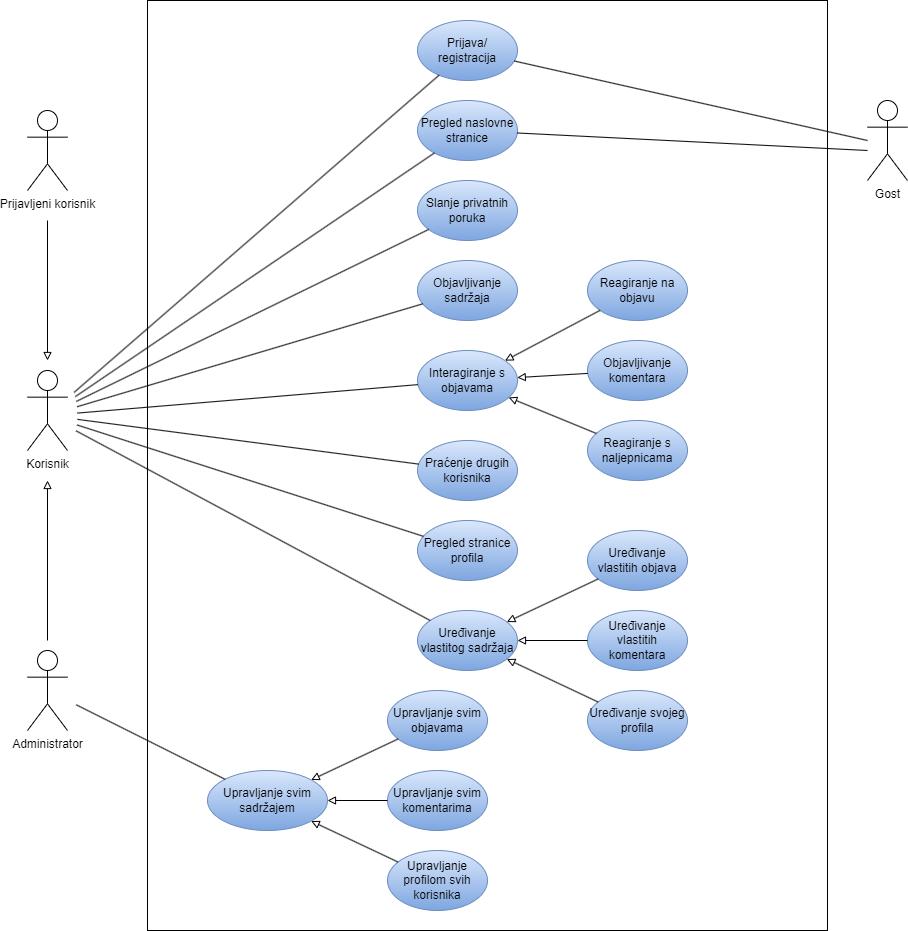
Karl255/tvz-piuos-iks keeps this draw.io diagram as Dokumentacija/Use case dijagram.png. Above is the earlier version. Source tidied: cells renumbered, new cells last; positions are measured from the earlier drawing's top-left corner, leaving out a move shared by most shapes.
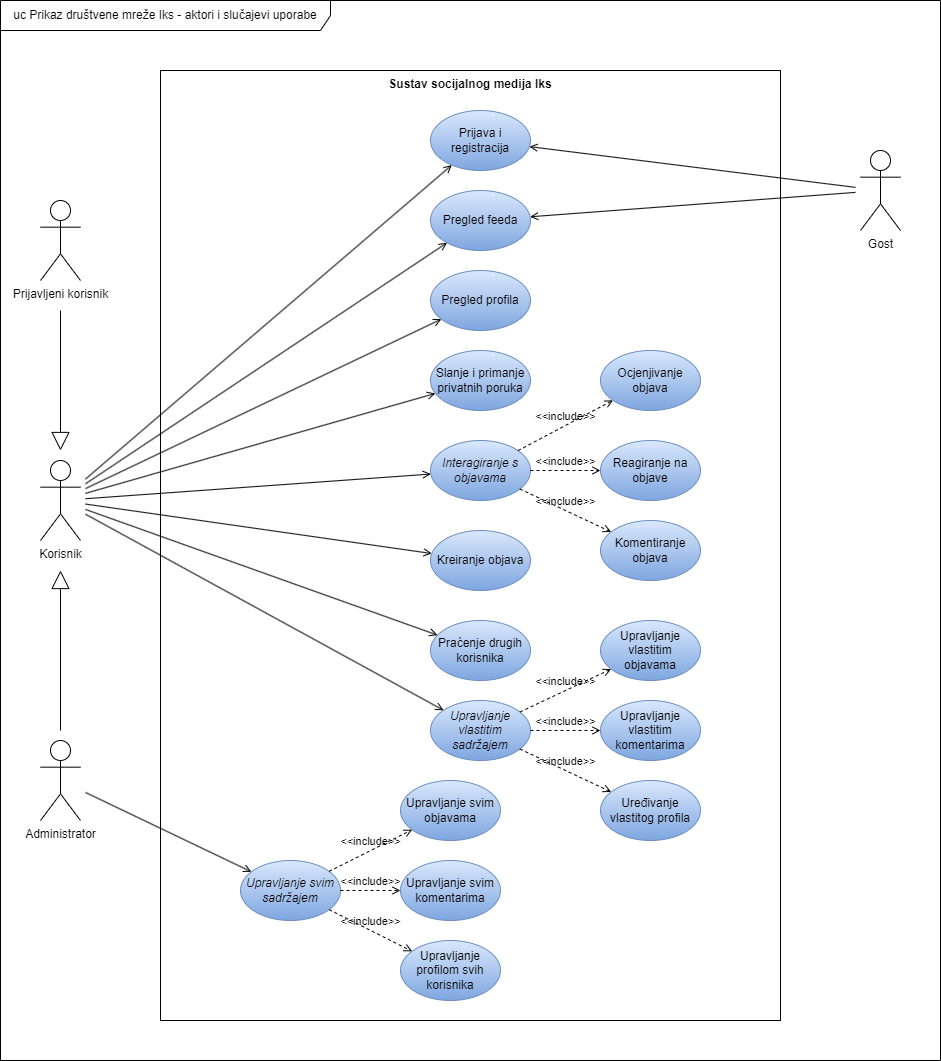
After the commit.

Commit message:
Fix use case diajagram

What changed in the source:
```diff
@@ -2,50 +2,50 @@
   <root>
     <mxCell id="0" />
     <mxCell id="1" parent="0" />
+    <mxCell id="49" value="Sustav socijalnog medija Iks" style="shape=rect;html=1;verticalAlign=top;fontStyle=1;whiteSpace=wrap;align=center;" parent="1" vertex="1">
+      <mxGeometry x="130" y="-20" width="620" height="950" as="geometry" />
+    </mxCell>
-    <mxCell id="2" value="Prijavljeni korisnik" style="shape=umlActor;verticalLabelPosition=bottom;verticalAlign=top;html=1;" parent="1" vertex="1">
+    <mxCell id="2" value="Prijavljeni korisnik" style="shape=umlActor;verticalLabelPosition=bottom;verticalAlign=top;html=1;perimeterSpacing=5;" parent="1" vertex="1">
       <mxGeometry x="10" y="110" width="40" height="80" as="geometry" />
     </mxCell>
-    <mxCell id="3" value="Administrator" style="shape=umlActor;verticalLabelPosition=bottom;verticalAlign=top;html=1;" parent="1" vertex="1">
+    <mxCell id="3" value="Administrator" style="shape=umlActor;verticalLabelPosition=bottom;verticalAlign=top;html=1;perimeterSpacing=5;" parent="1" vertex="1">
       <mxGeometry x="10" y="650" width="40" height="80" as="geometry" />
     </mxCell>
-    <mxCell id="4" value="Korisnik" style="shape=umlActor;verticalLabelPosition=bottom;verticalAlign=top;html=1;" parent="1" vertex="1">
+    <mxCell id="4" value="Korisnik" style="shape=umlActor;verticalLabelPosition=bottom;verticalAlign=top;html=1;spacing=2;spacingRight=0;perimeterSpacing=5;" parent="1" vertex="1">
       <mxGeometry x="10" y="370" width="40" height="80" as="geometry" />
     </mxCell>
-    <mxCell id="5" value="Gost" style="shape=umlActor;verticalLabelPosition=bottom;verticalAlign=top;html=1;" parent="1" vertex="1">
-      <mxGeometry x="850" y="100" width="40" height="80" as="geometry" />
+    <mxCell id="5" value="Gost" style="shape=umlActor;verticalLabelPosition=bottom;verticalAlign=top;html=1;perimeterSpacing=5;" parent="1" vertex="1">
+      <mxGeometry x="830" y="60" width="40" height="80" as="geometry" />
     </mxCell>
-    <mxCell id="6" style="rounded=0;whiteSpace=wrap;html=1;fillColor=none;glass=0;shadow=0;perimeterSpacing=0;strokeWidth=1;strokeColor=default;" parent="1" vertex="1">
-      <mxGeometry x="130" width="680" height="930" as="geometry" />
-    </mxCell>
-    <mxCell id="7" value="Prijava/ registracija" style="ellipse;whiteSpace=wrap;html=1;fillColor=#dae8fc;gradientColor=#7ea6e0;strokeColor=#6c8ebf;" parent="1" vertex="1">
+    <mxCell id="7" value="Prijava i registracija" style="ellipse;whiteSpace=wrap;html=1;fillColor=#dae8fc;gradientColor=#7ea6e0;strokeColor=#6c8ebf;" parent="1" vertex="1">
       <mxGeometry x="400" y="20" width="100" height="60" as="geometry" />
     </mxCell>
-    <mxCell id="8" value="Pregled naslovne stranice" style="ellipse;whiteSpace=wrap;html=1;fillColor=#dae8fc;gradientColor=#7ea6e0;strokeColor=#6c8ebf;" parent="1" vertex="1">
+    <mxCell id="8" value="Pregled feeda" style="ellipse;whiteSpace=wrap;html=1;fillColor=#dae8fc;gradientColor=#7ea6e0;strokeColor=#6c8ebf;" parent="1" vertex="1">
       <mxGeometry x="400" y="100" width="100" height="60" as="geometry" />
     </mxCell>
-    <mxCell id="9" value="Pregled stranice profila" style="ellipse;whiteSpace=wrap;html=1;fillColor=#dae8fc;gradientColor=#7ea6e0;strokeColor=#6c8ebf;" parent="1" vertex="1">
-      <mxGeometry x="400" y="520" width="100" height="60" as="geometry" />
+    <mxCell id="9" value="Pregled profila" style="ellipse;whiteSpace=wrap;html=1;fillColor=#dae8fc;gradientColor=#7ea6e0;strokeColor=#6c8ebf;" parent="1" vertex="1">
+      <mxGeometry x="400" y="180" width="100" height="60" as="geometry" />
     </mxCell>
-    <mxCell id="10" value="Slanje privatnih poruka" style="ellipse;whiteSpace=wrap;html=1;fillColor=#dae8fc;gradientColor=#7ea6e0;strokeColor=#6c8ebf;" parent="1" vertex="1">
-      <mxGeometry x="400" y="180" width="100" height="60" as="geometry" />
+    <mxCell id="10" value="Slanje i primanje privatnih poruka" style="ellipse;whiteSpace=wrap;html=1;fillColor=#dae8fc;gradientColor=#7ea6e0;strokeColor=#6c8ebf;" parent="1" vertex="1">
+      <mxGeometry x="400" y="260" width="100" height="60" as="geometry" />
     </mxCell>
-    <mxCell id="11" value="Objavljivanje sadržaja" style="ellipse;whiteSpace=wrap;html=1;fillColor=#dae8fc;gradientColor=#7ea6e0;strokeColor=#6c8ebf;" parent="1" vertex="1">
-      <mxGeometry x="400" y="260" width="100" height="60" as="geometry" />
+    <mxCell id="11" value="Kreiranje objava" style="ellipse;whiteSpace=wrap;html=1;fillColor=#dae8fc;gradientColor=#7ea6e0;strokeColor=#6c8ebf;" parent="1" vertex="1">
+      <mxGeometry x="400" y="440" width="100" height="60" as="geometry" />
     </mxCell>
     <mxCell id="12" value="Praćenje drugih korisnika" style="ellipse;whiteSpace=wrap;html=1;fillColor=#dae8fc;gradientColor=#7ea6e0;strokeColor=#6c8ebf;" parent="1" vertex="1">
-      <mxGeometry x="400" y="440" width="100" height="60" as="geometry" />
+      <mxGeometry x="400" y="530" width="100" height="60" as="geometry" />
     </mxCell>
-    <mxCell id="13" value="Reagiranje na objavu" style="ellipse;whiteSpace=wrap;html=1;fillColor=#dae8fc;gradientColor=#7ea6e0;strokeColor=#6c8ebf;" parent="1" vertex="1">
+    <mxCell id="13" value="Ocjenjivanje objava" style="ellipse;whiteSpace=wrap;html=1;fillColor=#dae8fc;gradientColor=#7ea6e0;strokeColor=#6c8ebf;" parent="1" vertex="1">
       <mxGeometry x="570" y="260" width="100" height="60" as="geometry" />
     </mxCell>
-    <mxCell id="14" value="Objavljivanje komentara" style="ellipse;whiteSpace=wrap;html=1;fillColor=#dae8fc;gradientColor=#7ea6e0;strokeColor=#6c8ebf;" parent="1" vertex="1">
-      <mxGeometry x="570" y="340" width="100" height="60" as="geometry" />
+    <mxCell id="14" value="Komentiranje objava" style="ellipse;whiteSpace=wrap;html=1;fillColor=#dae8fc;gradientColor=#7ea6e0;strokeColor=#6c8ebf;" parent="1" vertex="1">
+      <mxGeometry x="570" y="430" width="100" height="60" as="geometry" />
     </mxCell>
     <mxCell id="15" value="Upravljanje profilom svih korisnika" style="ellipse;whiteSpace=wrap;html=1;fillColor=#dae8fc;gradientColor=#7ea6e0;strokeColor=#6c8ebf;" parent="1" vertex="1">
       <mxGeometry x="370" y="850" width="100" height="60" as="geometry" />
     </mxCell>
-    <mxCell id="16" value="Reagiranje s naljepnicama" style="ellipse;whiteSpace=wrap;html=1;fillColor=#dae8fc;gradientColor=#7ea6e0;strokeColor=#6c8ebf;" parent="1" vertex="1">
-      <mxGeometry x="570" y="420" width="100" height="60" as="geometry" />
+    <mxCell id="16" value="Reagiranje na objave" style="ellipse;whiteSpace=wrap;html=1;fillColor=#dae8fc;gradientColor=#7ea6e0;strokeColor=#6c8ebf;" parent="1" vertex="1">
+      <mxGeometry x="570" y="350" width="100" height="60" as="geometry" />
     </mxCell>
     <mxCell id="17" value="Upravljanje svim objavama" style="ellipse;whiteSpace=wrap;html=1;fillColor=#dae8fc;gradientColor=#7ea6e0;strokeColor=#6c8ebf;" parent="1" vertex="1">
       <mxGeometry x="370" y="690" width="100" height="60" as="geometry" />
@@ -53,105 +53,98 @@
     <mxCell id="18" value="Upravljanje svim komentarima" style="ellipse;whiteSpace=wrap;html=1;fillColor=#dae8fc;gradientColor=#7ea6e0;strokeColor=#6c8ebf;" parent="1" vertex="1">
       <mxGeometry x="370" y="770" width="100" height="60" as="geometry" />
     </mxCell>
-    <mxCell id="19" value="Uređivanje vlastitih objava" style="ellipse;whiteSpace=wrap;html=1;fillColor=#dae8fc;gradientColor=#7ea6e0;strokeColor=#6c8ebf;" parent="1" vertex="1">
+    <mxCell id="19" value="Upravljanje vlastitim objavama" style="ellipse;whiteSpace=wrap;html=1;fillColor=#dae8fc;gradientColor=#7ea6e0;strokeColor=#6c8ebf;" parent="1" vertex="1">
       <mxGeometry x="570" y="530" width="100" height="60" as="geometry" />
     </mxCell>
-    <mxCell id="20" value="Uređivanje vlastitih komentara" style="ellipse;whiteSpace=wrap;html=1;fillColor=#dae8fc;gradientColor=#7ea6e0;strokeColor=#6c8ebf;" parent="1" vertex="1">
+    <mxCell id="20" value="Upravljanje vlastitim komentarima" style="ellipse;whiteSpace=wrap;html=1;fillColor=#dae8fc;gradientColor=#7ea6e0;strokeColor=#6c8ebf;" parent="1" vertex="1">
       <mxGeometry x="570" y="610" width="100" height="60" as="geometry" />
     </mxCell>
-    <mxCell id="21" value="Uređivanje svojeg profila" style="ellipse;whiteSpace=wrap;html=1;fillColor=#dae8fc;gradientColor=#7ea6e0;strokeColor=#6c8ebf;" parent="1" vertex="1">
+    <mxCell id="21" value="Uređivanje vlastitog profila" style="ellipse;whiteSpace=wrap;html=1;fillColor=#dae8fc;gradientColor=#7ea6e0;strokeColor=#6c8ebf;" parent="1" vertex="1">
       <mxGeometry x="570" y="690" width="100" height="60" as="geometry" />
     </mxCell>
-    <mxCell id="22" style="endArrow=block;html=1;rounded=0;endFill=0;" parent="1" edge="1">
-      <mxGeometry relative="1" as="geometry">
-        <mxPoint x="30" y="220" as="sourcePoint" />
-        <mxPoint x="30" y="360" as="targetPoint" />
-      </mxGeometry>
-    </mxCell>
-    <mxCell id="23" style="endArrow=block;html=1;rounded=0;endFill=0;" parent="1" edge="1">
-      <mxGeometry relative="1" as="geometry">
-        <mxPoint x="30" y="640" as="sourcePoint" />
-        <mxPoint x="30" y="480" as="targetPoint" />
-      </mxGeometry>
-    </mxCell>
-    <mxCell id="24" style="endArrow=none;html=1;rounded=0;" parent="1" edge="1" source="7">
-      <mxGeometry relative="1" as="geometry">
-        <mxPoint x="850" y="140" as="targetPoint" />
-      </mxGeometry>
-    </mxCell>
-    <mxCell id="25" style="endArrow=none;html=1;rounded=0;" parent="1" edge="1" source="8">
-      <mxGeometry relative="1" as="geometry">
-        <mxPoint x="850" y="150" as="targetPoint" />
-      </mxGeometry>
-    </mxCell>
-    <mxCell id="26" value="Uređivanje vlastitog sadržaja" style="ellipse;whiteSpace=wrap;html=1;fillColor=#dae8fc;gradientColor=#7ea6e0;strokeColor=#6c8ebf;" parent="1" vertex="1">
+    <mxCell id="26" value="Upravljanje vlastitim sadržajem" style="ellipse;whiteSpace=wrap;html=1;fillColor=#dae8fc;gradientColor=#7ea6e0;strokeColor=#6c8ebf;fontStyle=2;" parent="1" vertex="1">
       <mxGeometry x="400" y="610" width="100" height="60" as="geometry" />
     </mxCell>
-    <mxCell id="27" style="endArrow=block;html=1;rounded=0;endFill=0;" parent="1" edge="1" source="19" target="26">
-      <mxGeometry relative="1" as="geometry" />
-    </mxCell>
-    <mxCell id="28" style="endArrow=block;html=1;rounded=0;endFill=0;" parent="1" edge="1" source="20" target="26">
-      <mxGeometry relative="1" as="geometry" />
-    </mxCell>
-    <mxCell id="29" style="endArrow=block;html=1;rounded=0;endFill=0;" parent="1" edge="1" source="21" target="26">
-      <mxGeometry relative="1" as="geometry" />
-    </mxCell>
-    <mxCell id="30" value="Upravljanje svim sadržajem" style="ellipse;whiteSpace=wrap;html=1;fillColor=#dae8fc;gradientColor=#7ea6e0;strokeColor=#6c8ebf;" parent="1" vertex="1">
-      <mxGeometry x="190" y="770" width="120" height="60" as="geometry" />
+    <mxCell id="30" value="Upravljanje svim sadržajem" style="ellipse;whiteSpace=wrap;html=1;fillColor=#dae8fc;gradientColor=#7ea6e0;strokeColor=#6c8ebf;fontStyle=2;" parent="1" vertex="1">
+      <mxGeometry x="210" y="770" width="100" height="60" as="geometry" />
     </mxCell>
-    <mxCell id="31" style="endArrow=block;html=1;rounded=0;endFill=0;" parent="1" edge="1" source="17" target="30">
-      <mxGeometry relative="1" as="geometry" />
-    </mxCell>
-    <mxCell id="32" style="endArrow=block;html=1;rounded=0;endFill=0;" parent="1" edge="1" source="18" target="30">
-      <mxGeometry relative="1" as="geometry" />
-    </mxCell>
-    <mxCell id="33" style="endArrow=block;html=1;rounded=0;endFill=0;" parent="1" edge="1" source="15" target="30">
-      <mxGeometry relative="1" as="geometry" />
-    </mxCell>
-    <mxCell id="34" value="Interagiranje s objavama" style="ellipse;whiteSpace=wrap;html=1;fillColor=#dae8fc;gradientColor=#7ea6e0;strokeColor=#6c8ebf;" parent="1" vertex="1">
+    <mxCell id="34" value="Interagiranje s objavama" style="ellipse;whiteSpace=wrap;html=1;fillColor=#dae8fc;gradientColor=#7ea6e0;strokeColor=#6c8ebf;fontStyle=2;" parent="1" vertex="1">
       <mxGeometry x="400" y="350" width="100" height="60" as="geometry" />
     </mxCell>
-    <mxCell id="35" style="endArrow=block;html=1;rounded=0;endFill=0;" parent="1" edge="1" source="13" target="34">
-      <mxGeometry relative="1" as="geometry" />
-    </mxCell>
-    <mxCell id="36" style="endArrow=block;html=1;rounded=0;endFill=0;" parent="1" edge="1" source="14" target="34">
-      <mxGeometry relative="1" as="geometry" />
-    </mxCell>
-    <mxCell id="37" style="endArrow=block;html=1;rounded=0;endFill=0;" parent="1" edge="1" source="16" target="34">
-      <mxGeometry relative="1" as="geometry" />
-    </mxCell>
-    <mxCell id="38" style="endArrow=none;html=1;sourcePerimeterSpacing=0;startSize=6;jumpStyle=none;rounded=0;jumpSize=6;" parent="1" edge="1" source="39" target="10">
-      <mxGeometry relative="1" as="geometry" />
-    </mxCell>
-    <mxCell id="39" style="ellipse;whiteSpace=wrap;html=1;fillColor=none;strokeColor=none;" parent="1" vertex="1">
-      <mxGeometry y="365" width="60" height="100" as="geometry" />
-    </mxCell>
-    <mxCell id="40" style="endArrow=none;html=1;sourcePerimeterSpacing=0;startSize=6;jumpStyle=none;rounded=0;jumpSize=6;" parent="1" edge="1" source="39" target="11">
-      <mxGeometry relative="1" as="geometry" />
-    </mxCell>
-    <mxCell id="41" style="endArrow=none;html=1;sourcePerimeterSpacing=0;startSize=6;jumpStyle=none;rounded=0;jumpSize=6;" parent="1" edge="1" source="39" target="12">
-      <mxGeometry relative="1" as="geometry" />
-    </mxCell>
-    <mxCell id="42" style="endArrow=none;html=1;sourcePerimeterSpacing=0;startSize=6;jumpStyle=none;rounded=0;jumpSize=6;" parent="1" edge="1" source="39" target="9">
-      <mxGeometry relative="1" as="geometry" />
-    </mxCell>
-    <mxCell id="43" style="endArrow=none;html=1;sourcePerimeterSpacing=0;startSize=6;jumpStyle=none;rounded=0;jumpSize=6;" parent="1" edge="1" source="39" target="34">
-      <mxGeometry relative="1" as="geometry" />
-    </mxCell>
-    <mxCell id="44" style="endArrow=none;html=1;sourcePerimeterSpacing=0;startSize=6;jumpStyle=none;rounded=0;jumpSize=6;" parent="1" edge="1" source="39" target="26">
-      <mxGeometry relative="1" as="geometry" />
-    </mxCell>
-    <mxCell id="45" style="endArrow=none;html=1;sourcePerimeterSpacing=0;startSize=6;jumpStyle=none;rounded=0;jumpSize=6;" parent="1" edge="1" source="46" target="30">
-      <mxGeometry relative="1" as="geometry" />
-    </mxCell>
-    <mxCell id="46" style="ellipse;whiteSpace=wrap;html=1;fillColor=none;strokeColor=none;" parent="1" vertex="1">
-      <mxGeometry y="640" width="60" height="100" as="geometry" />
-    </mxCell>
-    <mxCell id="47" style="endArrow=none;html=1;rounded=0;" parent="1" edge="1" source="7" target="39">
-      <mxGeometry relative="1" as="geometry" />
-    </mxCell>
-    <mxCell id="48" style="endArrow=none;html=1;rounded=0;" parent="1" edge="1" source="8" target="39">
-      <mxGeometry relative="1" as="geometry" />
-    </mxCell>
+    <mxCell id="50" value="uc Prikaz društvene mreže Iks - aktori i slučajevi uporabe" style="shape=umlFrame;whiteSpace=wrap;html=1;width=330;height=30;" parent="1" vertex="1">
+      <mxGeometry x="-30" y="-90" width="940" height="1060" as="geometry" />
+    </mxCell>
+    <mxCell id="51" style="endArrow=open;endFill=1;endSize=6;html=1;rounded=0;startSize=8;" parent="1" edge="1" source="4" target="7">
+      <mxGeometry relative="1" as="geometry" />
+    </mxCell>
+    <mxCell id="52" style="endArrow=open;endFill=1;endSize=6;html=1;rounded=0;startSize=8;" parent="1" edge="1" source="4" target="8">
+      <mxGeometry relative="1" as="geometry" />
+    </mxCell>
+    <mxCell id="53" style="endArrow=open;endFill=1;endSize=6;html=1;rounded=0;startSize=8;" parent="1" edge="1" source="4" target="10">
+      <mxGeometry relative="1" as="geometry" />
+    </mxCell>
+    <mxCell id="54" style="endArrow=open;endFill=1;endSize=6;html=1;rounded=0;startSize=8;" parent="1" edge="1" source="4" target="11">
+      <mxGeometry relative="1" as="geometry" />
+    </mxCell>
+    <mxCell id="55" style="endArrow=open;endFill=1;endSize=6;html=1;rounded=0;startSize=8;" parent="1" edge="1" source="4" target="34">
+      <mxGeometry relative="1" as="geometry" />
+    </mxCell>
+    <mxCell id="56" style="endArrow=open;endFill=1;endSize=6;html=1;rounded=0;startSize=8;" parent="1" edge="1" source="4" target="12">
+      <mxGeometry relative="1" as="geometry" />
+    </mxCell>
+    <mxCell id="57" style="endArrow=open;endFill=1;endSize=6;html=1;rounded=0;startSize=8;" parent="1" edge="1" source="4" target="9">
+      <mxGeometry relative="1" as="geometry" />
+    </mxCell>
+    <mxCell id="58" style="endArrow=open;endFill=1;endSize=6;html=1;rounded=0;startSize=8;" parent="1" edge="1" source="4" target="26">
+      <mxGeometry relative="1" as="geometry" />
+    </mxCell>
+    <mxCell id="59" value="&amp;lt;&amp;lt;include&amp;gt;&amp;gt;" style="html=1;verticalAlign=bottom;labelBackgroundColor=none;endArrow=open;endFill=0;dashed=1;rounded=0;" parent="1" edge="1" source="34" target="16">
+      <mxGeometry relative="1" as="geometry" />
+    </mxCell>
+    <mxCell id="60" value="&amp;lt;&amp;lt;include&amp;gt;&amp;gt;" style="html=1;verticalAlign=bottom;labelBackgroundColor=none;endArrow=open;endFill=0;dashed=1;rounded=0;" parent="1" edge="1" source="34" target="14">
+      <mxGeometry relative="1" as="geometry" />
+    </mxCell>
+    <mxCell id="61" value="&amp;lt;&amp;lt;include&amp;gt;&amp;gt;" style="html=1;verticalAlign=bottom;labelBackgroundColor=none;endArrow=open;endFill=0;dashed=1;rounded=0;" parent="1" edge="1" source="34" target="13">
+      <mxGeometry relative="1" as="geometry" />
+    </mxCell>
+    <mxCell id="62" value="&amp;lt;&amp;lt;include&amp;gt;&amp;gt;" style="html=1;verticalAlign=bottom;labelBackgroundColor=none;endArrow=open;endFill=0;dashed=1;rounded=0;" parent="1" edge="1" source="26" target="19">
+      <mxGeometry relative="1" as="geometry" />
+    </mxCell>
+    <mxCell id="63" value="&amp;lt;&amp;lt;include&amp;gt;&amp;gt;" style="html=1;verticalAlign=bottom;labelBackgroundColor=none;endArrow=open;endFill=0;dashed=1;rounded=0;" parent="1" edge="1" source="26" target="20">
+      <mxGeometry relative="1" as="geometry" />
+    </mxCell>
+    <mxCell id="64" value="&amp;lt;&amp;lt;include&amp;gt;&amp;gt;" style="html=1;verticalAlign=bottom;labelBackgroundColor=none;endArrow=open;endFill=0;dashed=1;rounded=0;" parent="1" edge="1" source="26" target="21">
+      <mxGeometry relative="1" as="geometry" />
+    </mxCell>
+    <mxCell id="65" value="&amp;lt;&amp;lt;include&amp;gt;&amp;gt;" style="html=1;verticalAlign=bottom;labelBackgroundColor=none;endArrow=open;endFill=0;dashed=1;rounded=0;" parent="1" edge="1" source="30" target="17">
+      <mxGeometry relative="1" as="geometry" />
+    </mxCell>
+    <mxCell id="66" value="&amp;lt;&amp;lt;include&amp;gt;&amp;gt;" style="html=1;verticalAlign=bottom;labelBackgroundColor=none;endArrow=open;endFill=0;dashed=1;rounded=0;" parent="1" edge="1" source="30" target="18">
+      <mxGeometry relative="1" as="geometry" />
+    </mxCell>
+    <mxCell id="67" value="&amp;lt;&amp;lt;include&amp;gt;&amp;gt;" style="html=1;verticalAlign=bottom;labelBackgroundColor=none;endArrow=open;endFill=0;dashed=1;rounded=0;" parent="1" edge="1" source="30" target="15">
+      <mxGeometry relative="1" as="geometry" />
+    </mxCell>
+    <mxCell id="68" style="endArrow=open;endFill=1;endSize=6;html=1;rounded=0;startSize=8;" parent="1" edge="1" source="5" target="7">
+      <mxGeometry relative="1" as="geometry" />
+    </mxCell>
+    <mxCell id="69" style="endArrow=open;endFill=1;endSize=6;html=1;rounded=0;startSize=8;" parent="1" edge="1" source="5" target="8">
+      <mxGeometry relative="1" as="geometry" />
+    </mxCell>
+    <mxCell id="70" style="endArrow=open;endFill=1;endSize=6;html=1;rounded=0;startSize=8;" parent="1" edge="1" source="3" target="30">
+      <mxGeometry relative="1" as="geometry" />
+    </mxCell>
+    <mxCell id="71" style="endArrow=block;endSize=16;endFill=0;html=1;rounded=0;" parent="1" edge="1">
+      <mxGeometry relative="1" as="geometry">
+        <mxPoint x="30" y="220" as="sourcePoint" />
+        <mxPoint x="30" y="360" as="targetPoint" />
+      </mxGeometry>
+    </mxCell>
+    <mxCell id="72" style="endArrow=block;endSize=16;endFill=0;html=1;rounded=0;" parent="1" edge="1">
+      <mxGeometry relative="1" as="geometry">
+        <mxPoint x="30" y="640" as="sourcePoint" />
+        <mxPoint x="30" y="480" as="targetPoint" />
+      </mxGeometry>
+    </mxCell>
   </root>
 </mxGraphModel>
```
